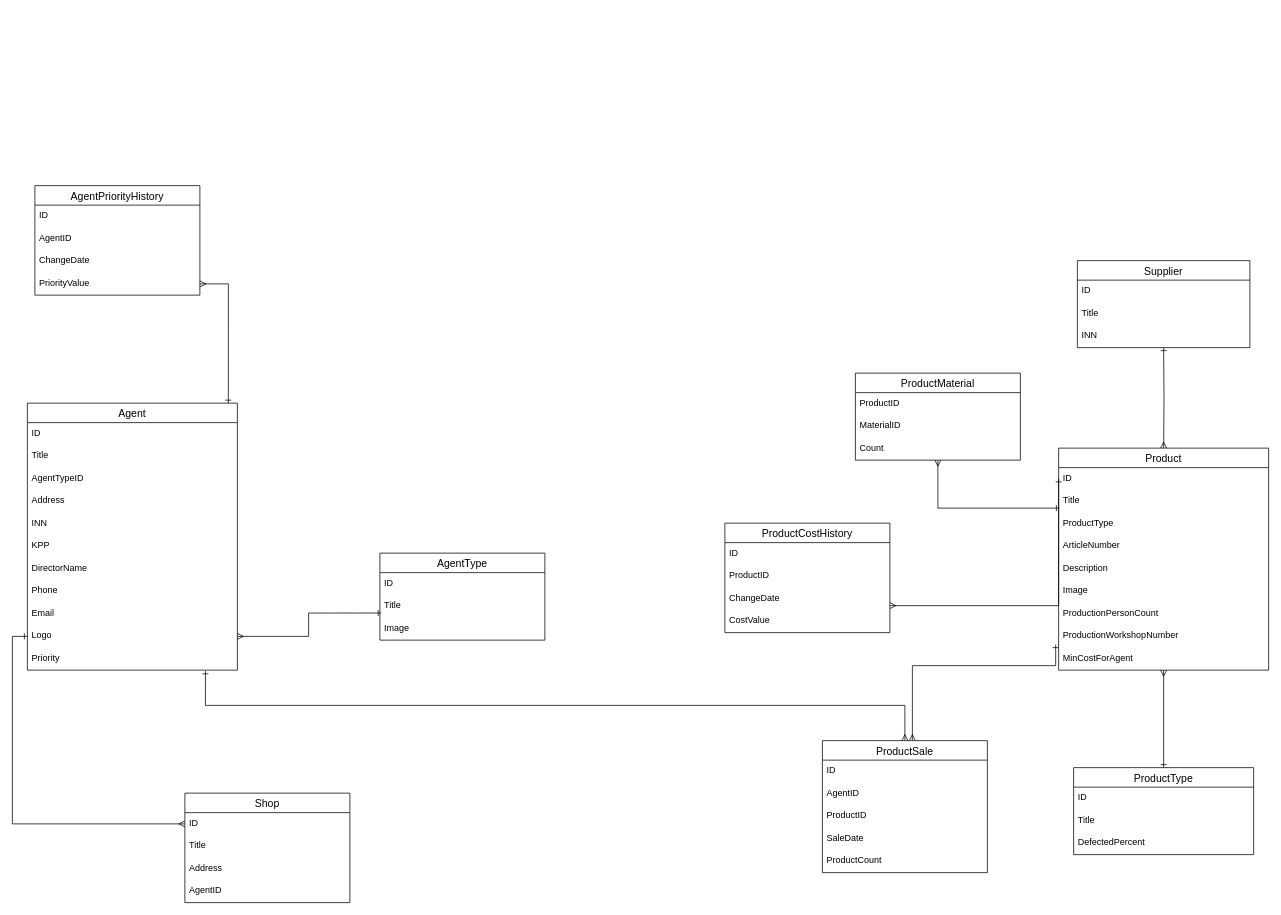
Earlier version of the draw.io diagram ERD_Predmetnaya_omlast'.drawio (IcRipperr/ERD). Source tidied: cells renumbered, new cells numbered last; positions are measured from the earlier drawing's top-left corner, leaving out a move shared by most shapes. Both pictures are drawn from the tidied source at 75%, with x=0, y=0 at pixel (27, 185).
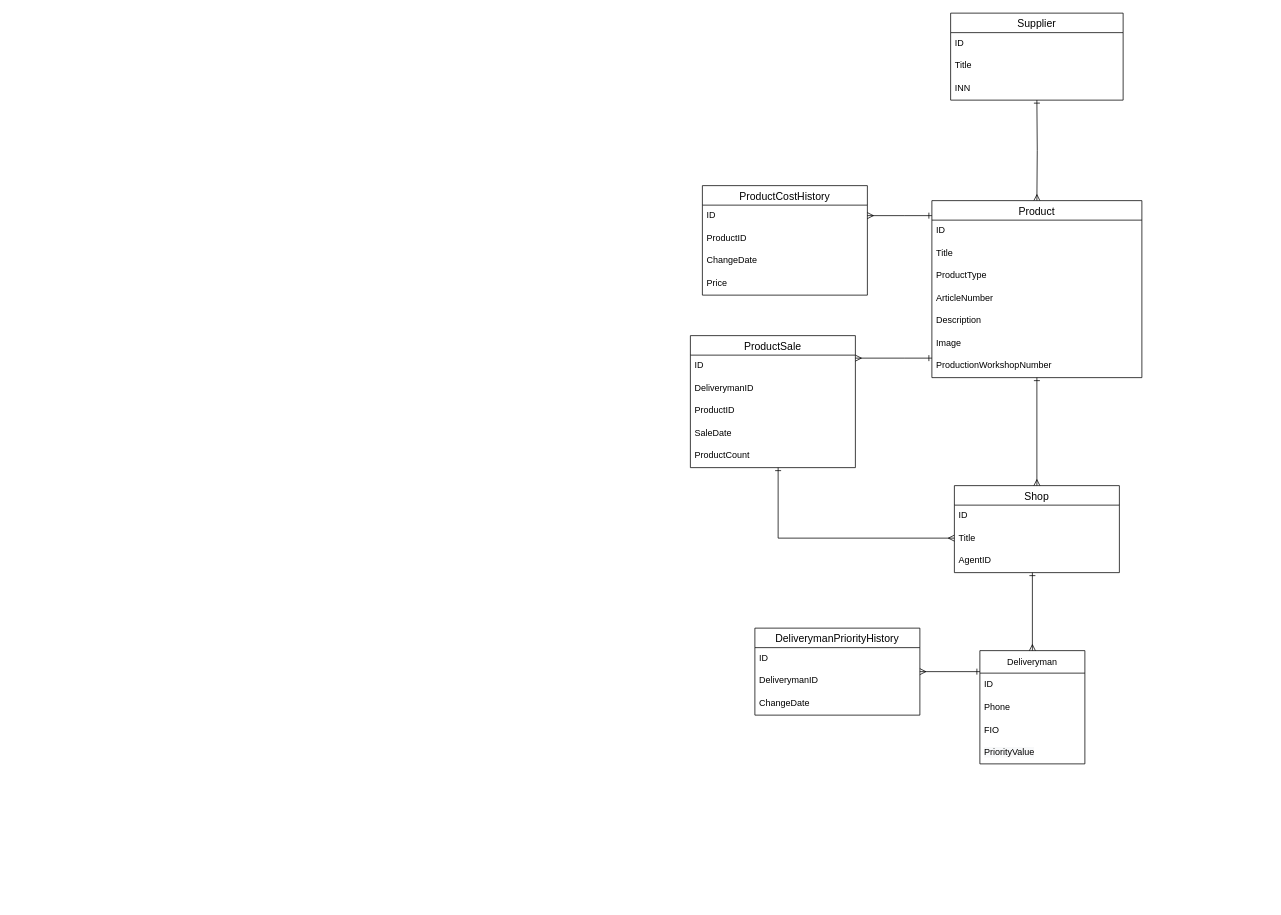
The same diagram, later.

The change refers to these unchanged cells:
```xml
<mxCell id="17" value="ID" style="text;strokeColor=none;fillColor=none;spacingLeft=4;spacingRight=4;overflow=hidden;points=[[0,0.5],[1,0.5]];portConstraint=eastwest;fontSize=12;" parent="16" vertex="1">
  <mxGeometry y="26" width="280" height="30" as="geometry" />
</mxCell>
<mxCell id="39" value="ID" style="text;strokeColor=none;fillColor=none;spacingLeft=4;spacingRight=4;overflow=hidden;points=[[0,0.5],[1,0.5]];portConstraint=eastwest;fontSize=12;" parent="38" vertex="1">
  <mxGeometry y="26" width="220" height="30" as="geometry" />
</mxCell>
<mxCell id="46" value="ChangeDate" style="text;strokeColor=none;fillColor=none;spacingLeft=4;spacingRight=4;overflow=hidden;points=[[0,0.5],[1,0.5]];portConstraint=eastwest;fontSize=12;" parent="43" vertex="1">
  <mxGeometry y="86" width="220" height="30" as="geometry" />
</mxCell>
```

Change to the diagram source:
```diff
@@
     <mxCell id="2" value="Supplier" style="swimlane;fontStyle=0;horizontal=1;startSize=26;align=center;fontSize=14;" parent="1" vertex="1">
-      <mxGeometry x="1400" y="100" width="230" height="116" as="geometry" />
+      <mxGeometry x="1231" y="-230" width="230" height="116" as="geometry" />
     </mxCell>
@@
     <mxCell id="6" style="edgeStyle=orthogonalEdgeStyle;rounded=0;jettySize=auto;html=1;startArrow=ERmany;startFill=0;endArrow=ERone;endFill=0;" parent="1" edge="1" target="2">
       <mxGeometry relative="1" as="geometry">
-        <mxPoint x="1515" y="350" as="sourcePoint" />
+        <mxPoint x="1346" y="20" as="sourcePoint" />
       </mxGeometry>
     </mxCell>
-    <mxCell id="7" value="ProductType" style="swimlane;fontStyle=0;horizontal=1;startSize=26;align=center;fontSize=14;" parent="1" vertex="1">
-      <mxGeometry x="1395" y="776" width="240" height="116" as="geometry" />
-    </mxCell>
-    <mxCell id="8" value="ID" style="text;strokeColor=none;fillColor=none;spacingLeft=4;spacingRight=4;overflow=hidden;fontSize=12;" parent="7" vertex="1">
-      <mxGeometry y="26" width="240" height="30" as="geometry" />
-    </mxCell>
-    <mxCell id="9" value="Title" style="text;strokeColor=none;fillColor=none;spacingLeft=4;spacingRight=4;overflow=hidden;fontSize=12;" parent="7" vertex="1">
-      <mxGeometry y="56" width="240" height="30" as="geometry" />
-    </mxCell>
-    <mxCell id="10" value="DefectedPercent" style="text;strokeColor=none;fillColor=none;spacingLeft=4;spacingRight=4;overflow=hidden;fontSize=12;" parent="7" vertex="1">
-      <mxGeometry y="86" width="240" height="30" as="geometry" />
-    </mxCell>
-    <mxCell id="11" style="edgeStyle=orthogonalEdgeStyle;rounded=0;jettySize=auto;html=1;startArrow=ERmany;startFill=0;endArrow=ERone;endFill=0;" parent="1" edge="1" source="12">
-      <mxGeometry relative="1" as="geometry">
-        <mxPoint x="1376" y="430" as="targetPoint" />
-        <Array as="points">
-          <mxPoint x="1376" y="430" />
-        </Array>
-      </mxGeometry>
-    </mxCell>
-    <mxCell id="12" value="ProductMaterial" style="swimlane;fontStyle=0;horizontal=1;startSize=26;align=center;fontSize=14;" parent="1" vertex="1">
-      <mxGeometry x="1104" y="250" width="220" height="116" as="geometry" />
-    </mxCell>
-    <mxCell id="13" value="ProductID" style="text;strokeColor=none;fillColor=none;spacingLeft=4;spacingRight=4;overflow=hidden;fontSize=12;" parent="12" vertex="1">
-      <mxGeometry y="26" width="220" height="30" as="geometry" />
-    </mxCell>
-    <mxCell id="14" value="MaterialID" style="text;strokeColor=none;fillColor=none;spacingLeft=4;spacingRight=4;overflow=hidden;fontSize=12;" parent="12" vertex="1">
-      <mxGeometry y="56" width="220" height="30" as="geometry" />
-    </mxCell>
-    <mxCell id="15" value="Count" style="text;strokeColor=none;fillColor=none;spacingLeft=4;spacingRight=4;overflow=hidden;fontSize=12;" parent="12" vertex="1">
-      <mxGeometry y="86" width="220" height="30" as="geometry" />
-    </mxCell>
     <mxCell id="16" value="Product" style="swimlane;fontStyle=0;horizontal=1;startSize=26;align=center;fontSize=14;" parent="1" vertex="1">
-      <mxGeometry x="1375" y="350" width="280" height="296" as="geometry" />
+      <mxGeometry x="1206" y="20" width="280" height="236" as="geometry" />
     </mxCell>
@@
-    <mxCell id="23" value="ProductionPersonCount" style="text;strokeColor=none;fillColor=none;spacingLeft=4;spacingRight=4;overflow=hidden;fontSize=12;" parent="16" vertex="1">
-      <mxGeometry y="206" width="280" height="30" as="geometry" />
-    </mxCell>
     <mxCell id="24" value="ProductionWorkshopNumber" style="text;strokeColor=none;fillColor=none;spacingLeft=4;spacingRight=4;overflow=hidden;points=[[0,0.5],[1,0.5]];portConstraint=eastwest;fontSize=12;" parent="16" vertex="1">
-      <mxGeometry y="236" width="280" height="30" as="geometry" />
+      <mxGeometry y="206" width="280" height="30" as="geometry" />
     </mxCell>
-    <mxCell id="25" value="MinCostForAgent" style="text;strokeColor=none;fillColor=none;spacingLeft=4;spacingRight=4;overflow=hidden;fontSize=12;" parent="16" vertex="1">
-      <mxGeometry y="266" width="280" height="30" as="geometry" />
-    </mxCell>
-    <mxCell id="26" value="AgentType" style="swimlane;fontStyle=0;horizontal=1;startSize=26;align=center;fontSize=14;" parent="1" vertex="1">
-      <mxGeometry x="470" y="490" width="220" height="116" as="geometry" />
-    </mxCell>
-    <mxCell id="27" value="ID" style="text;strokeColor=none;fillColor=none;spacingLeft=4;spacingRight=4;overflow=hidden;fontSize=12;" parent="26" vertex="1">
-      <mxGeometry y="26" width="220" height="30" as="geometry" />
-    </mxCell>
-    <mxCell id="28" value="Title" style="text;strokeColor=none;fillColor=none;spacingLeft=4;spacingRight=4;overflow=hidden;fontSize=12;" parent="26" vertex="1">
-      <mxGeometry y="56" width="220" height="30" as="geometry" />
-    </mxCell>
-    <mxCell id="29" value="Image" style="text;strokeColor=none;fillColor=none;spacingLeft=4;spacingRight=4;overflow=hidden;points=[[0,0.5],[1,0.5]];portConstraint=eastwest;fontSize=12;" parent="26" vertex="1">
-      <mxGeometry y="86" width="220" height="30" as="geometry" />
-    </mxCell>
-    <mxCell id="30" style="edgeStyle=orthogonalEdgeStyle;rounded=0;jettySize=auto;html=1;entryX=0.848;entryY=1.033;entryDx=0;entryDy=0;entryPerimeter=0;startArrow=ERmany;startFill=0;endArrow=ERone;endFill=0;" parent="1" edge="1" source="32" target="64">
-      <mxGeometry relative="1" as="geometry" />
-    </mxCell>
-    <mxCell id="31" style="edgeStyle=orthogonalEdgeStyle;rounded=0;jettySize=auto;html=1;entryX=-0.014;entryY=0.867;entryDx=0;entryDy=0;entryPerimeter=0;startArrow=ERmany;startFill=0;endArrow=ERone;endFill=0;" parent="1" edge="1" source="32" target="24">
+    <mxCell id="31" style="edgeStyle=orthogonalEdgeStyle;rounded=0;jettySize=auto;html=1;startArrow=ERmany;startFill=0;endArrow=ERone;endFill=0;" parent="1" edge="1" source="32" target="16">
       <mxGeometry relative="1" as="geometry">
         <Array as="points">
-          <mxPoint x="1180" y="640" />
-          <mxPoint x="1371" y="640" />
+          <mxPoint x="1170" y="230" />
+          <mxPoint x="1170" y="230" />
         </Array>
       </mxGeometry>
     </mxCell>
     <mxCell id="32" value="ProductSale" style="swimlane;fontStyle=0;horizontal=1;startSize=26;align=center;fontSize=14;" parent="1" vertex="1">
-      <mxGeometry x="1060" y="740" width="220" height="176" as="geometry" />
+      <mxGeometry x="884" y="200" width="220" height="176" as="geometry" />
     </mxCell>
@@
-    <mxCell id="34" value="AgentID" style="text;strokeColor=none;fillColor=none;spacingLeft=4;spacingRight=4;overflow=hidden;fontSize=12;" parent="32" vertex="1">
+    <mxCell id="34" value="DeliverymanID" style="text;strokeColor=none;fillColor=none;spacingLeft=4;spacingRight=4;overflow=hidden;fontSize=12;" parent="32" vertex="1">
       <mxGeometry y="56" width="220" height="30" as="geometry" />
     </mxCell>
@@
     <mxCell id="38" value="Shop" style="swimlane;fontStyle=0;horizontal=1;startSize=26;align=center;fontSize=14;" parent="1" vertex="1">
-      <mxGeometry x="210" y="810" width="220" height="146" as="geometry" />
+      <mxGeometry x="1236" y="400" width="220" height="116" as="geometry" />
     </mxCell>
@@
-    <mxCell id="41" value="Address" style="text;strokeColor=none;fillColor=none;spacingLeft=4;spacingRight=4;overflow=hidden;fontSize=12;" parent="38" vertex="1">
-      <mxGeometry y="86" width="220" height="30" as="geometry" />
-    </mxCell>
     <mxCell id="42" value="AgentID" style="text;strokeColor=none;fillColor=none;spacingLeft=4;spacingRight=4;overflow=hidden;fontSize=12;" parent="38" vertex="1">
-      <mxGeometry y="116" width="220" height="30" as="geometry" />
+      <mxGeometry y="86" width="220" height="30" as="geometry" />
     </mxCell>
     <mxCell id="43" value="ProductCostHistory" style="swimlane;fontStyle=0;horizontal=1;startSize=26;align=center;fontSize=14;" parent="1" vertex="1">
-      <mxGeometry x="930" y="450" width="220" height="146" as="geometry" />
+      <mxGeometry x="900" width="220" height="146" as="geometry" />
     </mxCell>
@@
-    <mxCell id="47" value="CostValue" style="text;strokeColor=none;fillColor=none;spacingLeft=4;spacingRight=4;overflow=hidden;fontSize=12;" parent="43" vertex="1">
+    <mxCell id="47" value="Price" style="text;strokeColor=none;fillColor=none;spacingLeft=4;spacingRight=4;overflow=hidden;fontSize=12;" parent="43" vertex="1">
       <mxGeometry y="116" width="220" height="30" as="geometry" />
     </mxCell>
-    <mxCell id="48" value="AgentPriorityHistory" style="swimlane;fontStyle=0;horizontal=1;startSize=26;align=center;fontSize=14;" parent="1" vertex="1">
-      <mxGeometry x="10" width="220" height="146" as="geometry" />
-    </mxCell>
-    <mxCell id="49" value="ID" style="text;strokeColor=none;fillColor=none;spacingLeft=4;spacingRight=4;overflow=hidden;fontSize=12;" parent="48" vertex="1">
-      <mxGeometry y="26" width="220" height="30" as="geometry" />
-    </mxCell>
-    <mxCell id="50" value="AgentID" style="text;strokeColor=none;fillColor=none;spacingLeft=4;spacingRight=4;overflow=hidden;fontSize=12;" parent="48" vertex="1">
-      <mxGeometry y="56" width="220" height="30" as="geometry" />
-    </mxCell>
+    <mxCell id="66" style="edgeStyle=orthogonalEdgeStyle;rounded=0;jettySize=auto;html=1;startArrow=ERmany;startFill=0;endArrow=ERone;endFill=0;" parent="1" edge="1" source="38" target="16">
+      <mxGeometry relative="1" as="geometry" />
+    </mxCell>
+    <mxCell id="68" style="edgeStyle=orthogonalEdgeStyle;rounded=0;jettySize=auto;html=1;startArrow=ERmany;startFill=0;endArrow=ERone;endFill=0;" parent="1" edge="1" source="43" target="16">
+      <mxGeometry relative="1" as="geometry">
+        <Array as="points">
+          <mxPoint x="1170" y="40" />
+          <mxPoint x="1170" y="40" />
+        </Array>
+      </mxGeometry>
+    </mxCell>
+    <mxCell id="70" value="Deliveryman" style="swimlane;fontStyle=0;horizontal=1;startSize=30;whiteSpace=wrap;html=1;" parent="1" vertex="1">
+      <mxGeometry x="1270" y="620" width="140" height="151" as="geometry" />
+    </mxCell>
+    <mxCell id="71" value="ID" style="text;strokeColor=none;fillColor=none;align=left;verticalAlign=middle;spacingLeft=4;spacingRight=4;overflow=hidden;whiteSpace=wrap;html=1;" parent="70" vertex="1">
+      <mxGeometry y="30" width="140" height="30" as="geometry" />
+    </mxCell>
+    <mxCell id="61" value="Phone" style="text;strokeColor=none;fillColor=none;align=left;verticalAlign=middle;spacingLeft=4;spacingRight=4;overflow=hidden;whiteSpace=wrap;html=1;" parent="70" vertex="1">
+      <mxGeometry y="60" width="140" height="31" as="geometry" />
+    </mxCell>
+    <mxCell id="72" value="FIO" style="text;strokeColor=none;fillColor=none;align=left;verticalAlign=middle;spacingLeft=4;spacingRight=4;overflow=hidden;whiteSpace=wrap;html=1;" parent="70" vertex="1">
+      <mxGeometry y="91" width="140" height="30" as="geometry" />
+    </mxCell>
+    <mxCell id="52" value="&lt;span style=&quot;color: rgb(0, 0, 0); font-family: Helvetica; font-size: 12px; font-style: normal; font-variant-ligatures: normal; font-variant-caps: normal; font-weight: 400; letter-spacing: normal; orphans: 2; text-align: left; text-indent: 0px; text-transform: none; widows: 2; word-spacing: 0px; -webkit-text-stroke-width: 0px; background-color: rgb(248, 249, 250); text-decoration-thickness: initial; text-decoration-style: initial; text-decoration-color: initial; float: none; display: inline !important;&quot;&gt;PriorityValue&lt;/span&gt;" style="text;strokeColor=none;fillColor=none;align=left;verticalAlign=middle;spacingLeft=4;spacingRight=4;overflow=hidden;points=[[0,0.5],[1,0.5]];portConstraint=eastwest;whiteSpace=wrap;html=1;" parent="70" vertex="1">
+      <mxGeometry y="121" width="140" height="30" as="geometry" />
+    </mxCell>
+    <mxCell id="73" value="DeliverymanPriorityHistory" style="swimlane;fontStyle=0;horizontal=1;startSize=26;align=center;fontSize=14;" parent="1" vertex="1">
+      <mxGeometry x="970" y="590" width="220" height="116" as="geometry" />
+    </mxCell>
+    <mxCell id="74" value="ID" style="text;strokeColor=none;fillColor=none;spacingLeft=4;spacingRight=4;overflow=hidden;fontSize=12;" parent="73" vertex="1">
+      <mxGeometry y="26" width="220" height="30" as="geometry" />
+    </mxCell>
+    <mxCell id="75" value="DeliverymanID" style="text;strokeColor=none;fillColor=none;spacingLeft=4;spacingRight=4;overflow=hidden;fontSize=12;" parent="73" vertex="1">
+      <mxGeometry y="56" width="220" height="30" as="geometry" />
+    </mxCell>
-    <mxCell id="51" value="ChangeDate" style="text;strokeColor=none;fillColor=none;spacingLeft=4;spacingRight=4;overflow=hidden;fontSize=12;" parent="48" vertex="1">
+    <mxCell id="51" value="ChangeDate" style="text;strokeColor=none;fillColor=none;spacingLeft=4;spacingRight=4;overflow=hidden;fontSize=12;" parent="73" vertex="1">
       <mxGeometry y="86" width="220" height="30" as="geometry" />
     </mxCell>
-    <mxCell id="52" value="PriorityValue" style="text;strokeColor=none;fillColor=none;spacingLeft=4;spacingRight=4;overflow=hidden;points=[[0,0.5],[1,0.5]];portConstraint=eastwest;fontSize=12;" parent="48" vertex="1">
-      <mxGeometry y="116" width="220" height="30" as="geometry" />
-    </mxCell>
-    <mxCell id="53" value="Agent" style="swimlane;fontStyle=0;horizontal=1;startSize=26;align=center;fontSize=14;" parent="1" vertex="1">
-      <mxGeometry y="290" width="280" height="356" as="geometry" />
-    </mxCell>
-    <mxCell id="54" value="ID" style="text;strokeColor=none;fillColor=none;spacingLeft=4;spacingRight=4;overflow=hidden;fontSize=12;" parent="53" vertex="1">
-      <mxGeometry y="26" width="280" height="30" as="geometry" />
-    </mxCell>
-    <mxCell id="55" value="Title" style="text;strokeColor=none;fillColor=none;spacingLeft=4;spacingRight=4;overflow=hidden;fontSize=12;" parent="53" vertex="1">
-      <mxGeometry y="56" width="280" height="30" as="geometry" />
-    </mxCell>
-    <mxCell id="56" value="AgentTypeID" style="text;strokeColor=none;fillColor=none;spacingLeft=4;spacingRight=4;overflow=hidden;fontSize=12;" parent="53" vertex="1">
-      <mxGeometry y="86" width="280" height="30" as="geometry" />
-    </mxCell>
-    <mxCell id="57" value="Address" style="text;strokeColor=none;fillColor=none;spacingLeft=4;spacingRight=4;overflow=hidden;fontSize=12;" parent="53" vertex="1">
-      <mxGeometry y="116" width="280" height="30" as="geometry" />
-    </mxCell>
-    <mxCell id="58" value="INN" style="text;strokeColor=none;fillColor=none;spacingLeft=4;spacingRight=4;overflow=hidden;fontSize=12;" parent="53" vertex="1">
-      <mxGeometry y="146" width="280" height="30" as="geometry" />
-    </mxCell>
-    <mxCell id="59" value="KPP" style="text;strokeColor=none;fillColor=none;spacingLeft=4;spacingRight=4;overflow=hidden;fontSize=12;" parent="53" vertex="1">
-      <mxGeometry y="176" width="280" height="30" as="geometry" />
-    </mxCell>
-    <mxCell id="60" value="DirectorName" style="text;strokeColor=none;fillColor=none;spacingLeft=4;spacingRight=4;overflow=hidden;fontSize=12;" parent="53" vertex="1">
-      <mxGeometry y="206" width="280" height="30" as="geometry" />
-    </mxCell>
-    <mxCell id="61" value="Phone" style="text;strokeColor=none;fillColor=none;spacingLeft=4;spacingRight=4;overflow=hidden;fontSize=12;" parent="53" vertex="1">
-      <mxGeometry y="236" width="280" height="30" as="geometry" />
-    </mxCell>
-    <mxCell id="62" value="Email" style="text;strokeColor=none;fillColor=none;spacingLeft=4;spacingRight=4;overflow=hidden;fontSize=12;" parent="53" vertex="1">
-      <mxGeometry y="266" width="280" height="30" as="geometry" />
-    </mxCell>
-    <mxCell id="63" value="Logo" style="text;strokeColor=none;fillColor=none;spacingLeft=4;spacingRight=4;overflow=hidden;points=[[0,0.5],[1,0.5]];portConstraint=eastwest;fontSize=12;" parent="53" vertex="1">
-      <mxGeometry y="296" width="280" height="30" as="geometry" />
-    </mxCell>
-    <mxCell id="64" value="Priority" style="text;strokeColor=none;fillColor=none;spacingLeft=4;spacingRight=4;overflow=hidden;points=[[0,0.5],[1,0.5]];portConstraint=eastwest;fontSize=12;" parent="53" vertex="1">
-      <mxGeometry y="326" width="280" height="30" as="geometry" />
-    </mxCell>
-    <mxCell id="65" style="edgeStyle=orthogonalEdgeStyle;rounded=0;jettySize=auto;html=1;entryX=0.957;entryY=0;entryDx=0;entryDy=0;entryPerimeter=0;startArrow=ERmany;startFill=0;endArrow=ERone;endFill=0;" parent="1" edge="1" source="52" target="53">
-      <mxGeometry relative="1" as="geometry" />
-    </mxCell>
-    <mxCell id="66" style="edgeStyle=orthogonalEdgeStyle;rounded=0;jettySize=auto;html=1;entryX=0;entryY=0.5;entryDx=0;entryDy=0;startArrow=ERmany;startFill=0;endArrow=ERone;endFill=0;" parent="1" edge="1" source="39" target="63">
-      <mxGeometry relative="1" as="geometry" />
-    </mxCell>
-    <mxCell id="67" style="edgeStyle=orthogonalEdgeStyle;rounded=0;jettySize=auto;html=1;startArrow=ERmany;startFill=0;endArrow=ERone;endFill=0;" parent="1" edge="1" source="16" target="7">
-      <mxGeometry relative="1" as="geometry" />
-    </mxCell>
-    <mxCell id="68" style="edgeStyle=orthogonalEdgeStyle;rounded=0;jettySize=auto;html=1;entryX=0;entryY=0.5;entryDx=0;entryDy=0;startArrow=ERmany;startFill=0;endArrow=ERone;endFill=0;" parent="1" edge="1" source="46" target="17">
-      <mxGeometry relative="1" as="geometry">
-        <Array as="points">
-          <mxPoint x="1030" y="560" />
-          <mxPoint x="1375" y="560" />
-        </Array>
-      </mxGeometry>
-    </mxCell>
-    <mxCell id="69" style="edgeStyle=orthogonalEdgeStyle;rounded=0;jettySize=auto;html=1;entryX=0.008;entryY=-0.205;entryDx=0;entryDy=0;entryPerimeter=0;startArrow=ERmany;startFill=0;endArrow=ERone;endFill=0;" parent="1" edge="1" source="63" target="29">
-      <mxGeometry relative="1" as="geometry" />
-    </mxCell>
+    <mxCell id="76" style="edgeStyle=orthogonalEdgeStyle;rounded=0;jettySize=auto;html=1;startArrow=ERmany;startFill=0;endArrow=ERone;endFill=0;" parent="1" edge="1" source="73" target="70">
+      <mxGeometry relative="1" as="geometry">
+        <Array as="points">
+          <mxPoint x="1030" y="701" />
+          <mxPoint x="1030" y="701" />
+        </Array>
+      </mxGeometry>
+    </mxCell>
+    <mxCell id="77" style="edgeStyle=orthogonalEdgeStyle;rounded=0;jettySize=auto;html=1;startArrow=ERmany;startFill=0;endArrow=ERone;endFill=0;" parent="1" edge="1" source="70" target="38">
+      <mxGeometry relative="1" as="geometry">
+        <Array as="points">
+          <mxPoint x="1346" y="620" />
+          <mxPoint x="1346" y="620" />
+        </Array>
+      </mxGeometry>
+    </mxCell>
+    <mxCell id="78" style="edgeStyle=orthogonalEdgeStyle;rounded=0;jettySize=auto;html=1;startArrow=ERmany;startFill=0;endArrow=ERone;endFill=0;" parent="1" edge="1" source="38" target="32">
+      <mxGeometry relative="1" as="geometry">
+        <Array as="points">
+          <mxPoint x="1001" y="470" />
+        </Array>
+      </mxGeometry>
+    </mxCell>
```
